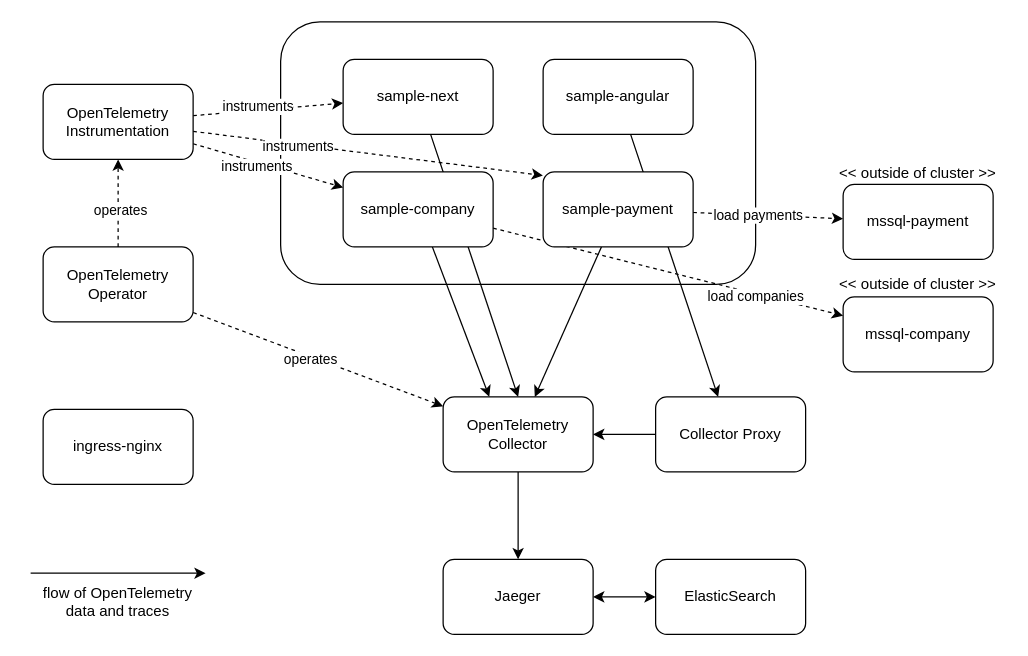
This is page "Architektur" (1 of 7) of assets/Bachelorarbeit.drawio from andreasgerner/distributed-tracing, a draw.io file, before an edit. Source tidied: cells renumbered, new cells numbered last; positions are measured from the earlier drawing's top-left corner, leaving out a move shared by most shapes. Both pictures are drawn from the tidied source at 125%, with x=0, y=0 at pixel (30, 21).
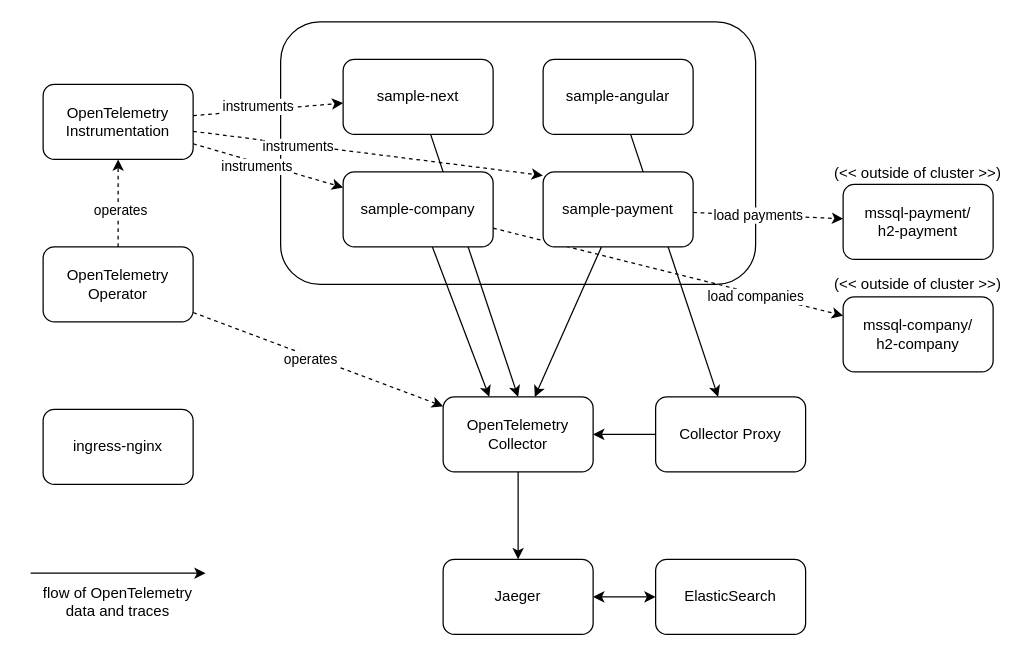
Above is the later version.

Diff of the diagram source:
```diff
@@
-    <mxCell id="32" value="mssql-company" style="rounded=1;whiteSpace=wrap;html=1;" parent="1" vertex="1">
+    <mxCell id="32" value="mssql-company/&lt;div&gt;h2-company&lt;/div&gt;" style="rounded=1;whiteSpace=wrap;html=1;" parent="1" vertex="1">
       <mxGeometry x="650" y="220" width="120" height="60" as="geometry" />
     </mxCell>
-    <mxCell id="33" value="&amp;lt;&amp;lt; outside of cluster &amp;gt;&amp;gt;" style="text;html=1;align=center;verticalAlign=middle;whiteSpace=wrap;rounded=0;" parent="1" vertex="1">
+    <mxCell id="33" value="(&amp;lt;&amp;lt; outside of cluster &amp;gt;&amp;gt;)" style="text;html=1;align=center;verticalAlign=middle;whiteSpace=wrap;rounded=0;" parent="1" vertex="1">
       <mxGeometry x="640" y="106" width="140" height="30" as="geometry" />
     </mxCell>
-    <mxCell id="34" value="mssql-payment" style="rounded=1;whiteSpace=wrap;html=1;" parent="1" vertex="1">
+    <mxCell id="34" value="mssql-payment/&lt;div&gt;h2-payment&lt;/div&gt;" style="rounded=1;whiteSpace=wrap;html=1;" parent="1" vertex="1">
       <mxGeometry x="650" y="130" width="120" height="60" as="geometry" />
     </mxCell>
@@
-    <mxCell id="40" value="&amp;lt;&amp;lt; outside of cluster &amp;gt;&amp;gt;" style="text;html=1;align=center;verticalAlign=middle;whiteSpace=wrap;rounded=0;" parent="1" vertex="1">
+    <mxCell id="40" value="(&amp;lt;&amp;lt; outside of cluster &amp;gt;&amp;gt;)" style="text;html=1;align=center;verticalAlign=middle;whiteSpace=wrap;rounded=0;" parent="1" vertex="1">
       <mxGeometry x="640" y="195" width="140" height="30" as="geometry" />
     </mxCell>
```
